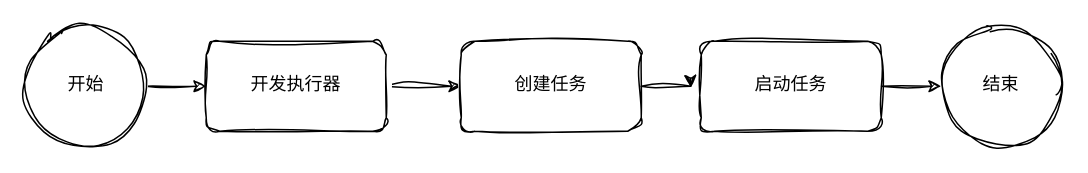
Above: 分布式定时任务开发流程.drawio in herozdz/drawio (draw.io), before the change. Source tidied: cells renumbered, new cells numbered last; positions are measured from the earlier drawing's top-left corner, leaving out a move shared by most shapes. Both pictures are drawn from the tidied source at 150%, with x=0, y=0 at pixel (26, 26).
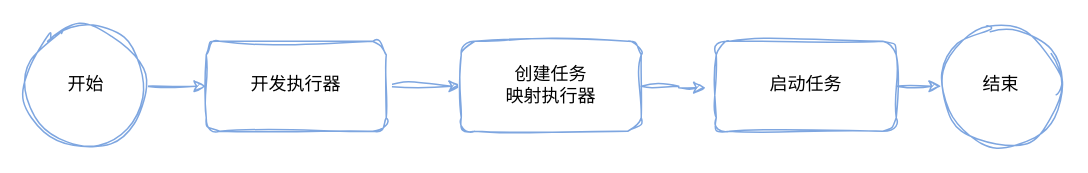
Above is the later version.

Commit message:
更新分布式定时任务开发流程.drawio

What changed in the source:
```diff
@@
 <mxGraphModel>
   <root>
     <mxCell id="0" />
     <mxCell id="1" parent="0" />
-    <mxCell id="2" style="edgeStyle=orthogonalEdgeStyle;rounded=0;sketch=1;hachureGap=4;jiggle=2;curveFitting=1;jettySize=auto;html=1;exitX=1;exitY=0.5;exitDx=0;exitDy=0;entryX=0;entryY=0.5;entryDx=0;entryDy=0;fontFamily=Architects Daughter;" parent="1" edge="1" source="3" target="7">
+    <mxCell id="2" style="edgeStyle=orthogonalEdgeStyle;rounded=0;sketch=1;hachureGap=4;jiggle=2;curveFitting=1;jettySize=auto;html=1;exitX=1;exitY=0.5;exitDx=0;exitDy=0;entryX=0;entryY=0.5;entryDx=0;entryDy=0;fontFamily=Architects Daughter;strokeColor=#7EA6E0;" parent="1" edge="1" source="3" target="7">
       <mxGeometry relative="1" as="geometry" />
     </mxCell>
-    <mxCell id="3" value="开发执行器" style="rounded=1;whiteSpace=wrap;html=1;sketch=1;hachureGap=4;jiggle=2;curveFitting=1;fontFamily=Architects Daughter;" parent="1" vertex="1">
+    <mxCell id="3" value="开发执行器" style="rounded=1;whiteSpace=wrap;html=1;sketch=1;hachureGap=4;jiggle=2;curveFitting=1;fontFamily=Architects Daughter;strokeColor=#7EA6E0;" parent="1" vertex="1">
       <mxGeometry x="120" y="10" width="120" height="60" as="geometry" />
     </mxCell>
-    <mxCell id="4" style="edgeStyle=orthogonalEdgeStyle;rounded=0;sketch=1;hachureGap=4;jiggle=2;curveFitting=1;jettySize=auto;html=1;exitX=1;exitY=0.5;exitDx=0;exitDy=0;entryX=0;entryY=0.5;entryDx=0;entryDy=0;fontFamily=Architects Daughter;" parent="1" edge="1" source="5" target="3">
+    <mxCell id="4" style="edgeStyle=orthogonalEdgeStyle;rounded=0;sketch=1;hachureGap=4;jiggle=2;curveFitting=1;jettySize=auto;html=1;exitX=1;exitY=0.5;exitDx=0;exitDy=0;entryX=0;entryY=0.5;entryDx=0;entryDy=0;fontFamily=Architects Daughter;strokeColor=#7EA6E0;" parent="1" edge="1" source="5" target="3">
       <mxGeometry relative="1" as="geometry" />
     </mxCell>
-    <mxCell id="5" value="开始" style="ellipse;whiteSpace=wrap;html=1;sketch=1;hachureGap=4;jiggle=2;curveFitting=1;fontFamily=Architects Daughter;" parent="1" vertex="1">
+    <mxCell id="5" value="开始" style="ellipse;whiteSpace=wrap;html=1;sketch=1;hachureGap=4;jiggle=2;curveFitting=1;fontFamily=Architects Daughter;strokeColor=#7EA6E0;" parent="1" vertex="1">
       <mxGeometry width="80" height="80" as="geometry" />
     </mxCell>
-    <mxCell id="6" value="结束" style="ellipse;whiteSpace=wrap;html=1;sketch=1;hachureGap=4;jiggle=2;curveFitting=1;fontFamily=Architects Daughter;" parent="1" vertex="1">
+    <mxCell id="6" value="结束" style="ellipse;whiteSpace=wrap;html=1;sketch=1;hachureGap=4;jiggle=2;curveFitting=1;fontFamily=Architects Daughter;strokeColor=#7EA6E0;" parent="1" vertex="1">
       <mxGeometry x="610" width="80" height="80" as="geometry" />
     </mxCell>
-    <mxCell id="7" value="创建任务" style="rounded=1;whiteSpace=wrap;html=1;sketch=1;hachureGap=4;jiggle=2;curveFitting=1;fontFamily=Architects Daughter;" parent="1" vertex="1">
+    <mxCell id="7" value="创建任务&lt;div&gt;映射执行器&lt;/div&gt;" style="rounded=1;whiteSpace=wrap;html=1;sketch=1;hachureGap=4;jiggle=2;curveFitting=1;fontFamily=Architects Daughter;strokeColor=#7EA6E0;" parent="1" vertex="1">
       <mxGeometry x="290" y="10" width="120" height="60" as="geometry" />
     </mxCell>
-    <mxCell id="8" style="edgeStyle=orthogonalEdgeStyle;rounded=0;sketch=1;hachureGap=4;jiggle=2;curveFitting=1;jettySize=auto;html=1;exitX=1;exitY=0.5;exitDx=0;exitDy=0;entryX=0;entryY=0.5;entryDx=0;entryDy=0;fontFamily=Architects Daughter;" parent="1" edge="1" source="9" target="6">
+    <mxCell id="8" style="edgeStyle=orthogonalEdgeStyle;rounded=0;sketch=1;hachureGap=4;jiggle=2;curveFitting=1;jettySize=auto;html=1;exitX=1;exitY=0.5;exitDx=0;exitDy=0;entryX=0;entryY=0.5;entryDx=0;entryDy=0;fontFamily=Architects Daughter;strokeColor=#7EA6E0;" parent="1" edge="1" source="9" target="6">
       <mxGeometry relative="1" as="geometry" />
     </mxCell>
-    <mxCell id="9" value="启动任务" style="rounded=1;whiteSpace=wrap;html=1;sketch=1;hachureGap=4;jiggle=2;curveFitting=1;fontFamily=Architects Daughter;" parent="1" vertex="1">
-      <mxGeometry x="450" y="10" width="120" height="60" as="geometry" />
+    <mxCell id="9" value="启动任务" style="rounded=1;whiteSpace=wrap;html=1;sketch=1;hachureGap=4;jiggle=2;curveFitting=1;fontFamily=Architects Daughter;strokeColor=#7EA6E0;" parent="1" vertex="1">
+      <mxGeometry x="460" y="10" width="120" height="60" as="geometry" />
     </mxCell>
-    <mxCell id="10" style="edgeStyle=orthogonalEdgeStyle;rounded=0;sketch=1;hachureGap=4;jiggle=2;curveFitting=1;jettySize=auto;html=1;exitX=1;exitY=0.5;exitDx=0;exitDy=0;entryX=-0.058;entryY=0.517;entryDx=0;entryDy=0;entryPerimeter=0;fontFamily=Architects Daughter;" parent="1" edge="1" source="7" target="9">
+    <mxCell id="10" style="edgeStyle=orthogonalEdgeStyle;rounded=0;sketch=1;hachureGap=4;jiggle=2;curveFitting=1;jettySize=auto;html=1;exitX=1;exitY=0.5;exitDx=0;exitDy=0;entryX=-0.058;entryY=0.517;entryDx=0;entryDy=0;entryPerimeter=0;fontFamily=Architects Daughter;strokeColor=#7EA6E0;" parent="1" edge="1" source="7" target="9">
       <mxGeometry relative="1" as="geometry" />
     </mxCell>
   </root>
 </mxGraphModel>
```
